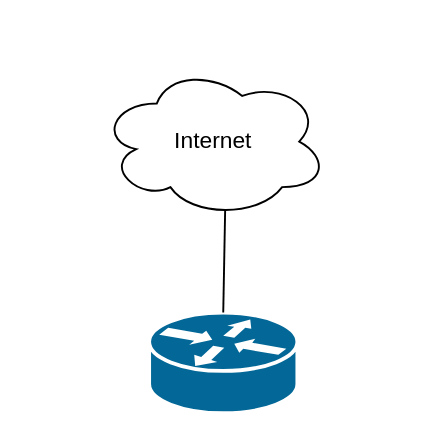
Before: Architecture.drawio in adamrt918/Diagram, a draw.io diagram. Source tidied: cells renumbered, new cells numbered last; positions are measured from the earlier drawing's top-left corner, leaving out a move shared by most shapes. Both pictures are drawn from the tidied source at 190%, with x=0, y=0 at pixel (99, 65).
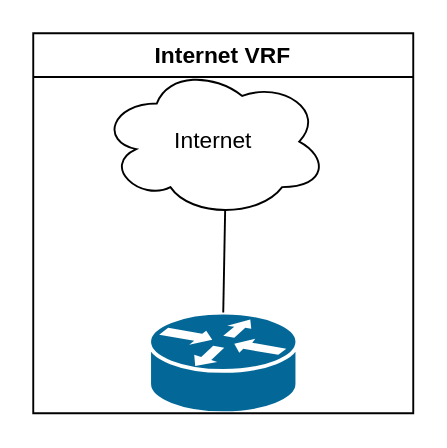
The same page after the edit.

What changed in the source:
```diff
@@
 <mxGraphModel>
   <root>
     <mxCell id="0" />
     <mxCell id="1" parent="0" />
     <mxCell id="2" style="shape=mxgraph.cisco.routers.router;sketch=0;html=1;dashed=0;fillColor=#036897;strokeColor=#ffffff;strokeWidth=2;verticalLabelPosition=bottom;verticalAlign=top;align=center;outlineConnect=0;" parent="1" vertex="1">
       <mxGeometry x="26" y="130" width="78" height="53" as="geometry" />
     </mxCell>
     <mxCell id="3" value="Internet" style="ellipse;shape=cloud;whiteSpace=wrap;html=1;" parent="1" vertex="1">
       <mxGeometry width="120" height="80" as="geometry" />
     </mxCell>
     <mxCell id="4" style="endArrow=none;html=1;rounded=0;entryX=0.55;entryY=0.95;entryDx=0;entryDy=0;entryPerimeter=0;exitX=0.5;exitY=0;exitDx=0;exitDy=0;exitPerimeter=0;" parent="1" edge="1" source="2" target="3">
       <mxGeometry relative="1" as="geometry" />
     </mxCell>
+    <mxCell id="5" value="Internet VRF" style="swimlane;whiteSpace=wrap;html=1;" parent="1" vertex="1">
+      <mxGeometry x="-35" y="-17" width="200" height="200" as="geometry" />
+    </mxCell>
   </root>
 </mxGraphModel>
```
